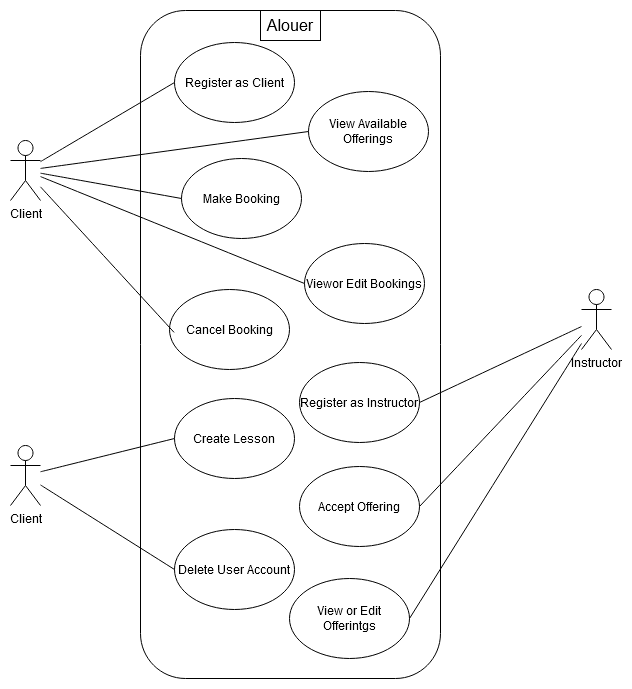
Niravanaa/Alouer-SOEN342 keeps this draw.io diagram as iterationDeliverables/iteration-1/Alouer-UseCaseSummary.png. Above is the earlier version. Source tidied: cells renumbered, new cells last; positions are measured from the earlier drawing's top-left corner, leaving out a move shared by most shapes.
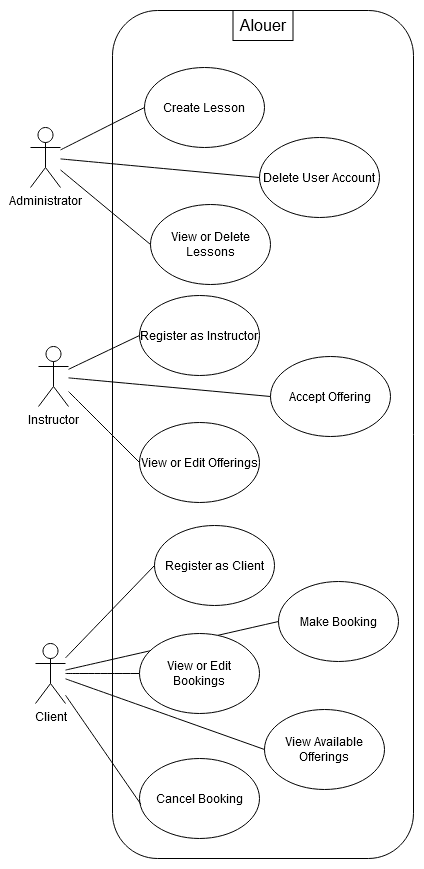
After the change.

What changed in the source:
```diff
@@ -2,80 +2,86 @@
   <root>
     <mxCell id="0" />
     <mxCell id="1" parent="0" />
-    <mxCell id="2" style="rounded=1;whiteSpace=wrap;html=1;" parent="1" vertex="1">
-      <mxGeometry x="130" width="300" height="668" as="geometry" />
-    </mxCell>
-    <mxCell id="3" value="Client" style="shape=umlActor;verticalLabelPosition=bottom;verticalAlign=top;html=1;outlineConnect=0;" parent="1" vertex="1">
-      <mxGeometry y="435" width="30" height="60" as="geometry" />
-    </mxCell>
+    <mxCell id="27" value="Administrator" style="shape=umlActor;verticalLabelPosition=bottom;verticalAlign=top;html=1;outlineConnect=0;" parent="1" vertex="1">
+      <mxGeometry x="-1477" y="-574" width="30" height="60" as="geometry" />
+    </mxCell>
+    <mxCell id="28" style="rounded=1;whiteSpace=wrap;html=1;" parent="1" vertex="1">
+      <mxGeometry x="-1395" y="-691" width="301" height="848" as="geometry" />
+    </mxCell>
+    <mxCell id="8" value="Alouer" style="text;html=1;align=center;verticalAlign=middle;whiteSpace=wrap;rounded=0;fontSize=16;strokeColor=default;" parent="1" vertex="1">
+      <mxGeometry x="-1274.5" y="-691" width="60" height="30" as="geometry" />
+    </mxCell>
     <mxCell id="4" value="Create Lesson" style="ellipse;whiteSpace=wrap;html=1;" parent="1" vertex="1">
-      <mxGeometry x="164" y="388" width="120" height="80" as="geometry" />
+      <mxGeometry x="-1363" y="-634" width="120" height="80" as="geometry" />
     </mxCell>
     <mxCell id="5" value="Delete User Account" style="ellipse;whiteSpace=wrap;html=1;" parent="1" vertex="1">
-      <mxGeometry x="164" y="519" width="120" height="80" as="geometry" />
+      <mxGeometry x="-1248" y="-564" width="120" height="80" as="geometry" />
     </mxCell>
-    <mxCell id="6" style="endArrow=none;html=1;rounded=0;fontSize=12;startSize=8;endSize=8;curved=1;entryX=0;entryY=0.5;entryDx=0;entryDy=0;" parent="1" edge="1" source="3" target="4">
-      <mxGeometry relative="1" as="geometry" />
-    </mxCell>
-    <mxCell id="7" style="endArrow=none;html=1;rounded=0;fontSize=12;startSize=8;endSize=8;curved=1;entryX=0;entryY=0.5;entryDx=0;entryDy=0;" parent="1" edge="1" source="3" target="5">
-      <mxGeometry relative="1" as="geometry" />
-    </mxCell>
-    <mxCell id="8" value="Alouer" style="text;html=1;align=center;verticalAlign=middle;whiteSpace=wrap;rounded=0;fontSize=16;fillColor=none;strokeColor=default;" parent="1" vertex="1">
-      <mxGeometry x="250" width="60" height="30" as="geometry" />
-    </mxCell>
-    <mxCell id="9" value="Client" style="shape=umlActor;verticalLabelPosition=bottom;verticalAlign=top;html=1;outlineConnect=0;" parent="1" vertex="1">
-      <mxGeometry y="130" width="30" height="60" as="geometry" />
-    </mxCell>
+    <mxCell id="29" value="View or Delete Lessons" style="ellipse;whiteSpace=wrap;html=1;" parent="1" vertex="1">
+      <mxGeometry x="-1357" y="-497" width="120" height="80" as="geometry" />
+    </mxCell>
+    <mxCell id="30" style="endArrow=none;html=1;rounded=0;fontSize=12;startSize=8;endSize=8;curved=1;entryX=0;entryY=0.5;entryDx=0;entryDy=0;" parent="1" edge="1" source="27" target="4">
+      <mxGeometry relative="1" as="geometry" />
+    </mxCell>
+    <mxCell id="31" style="endArrow=none;html=1;rounded=0;fontSize=12;startSize=8;endSize=8;curved=1;entryX=0;entryY=0.5;entryDx=0;entryDy=0;" parent="1" edge="1" source="27" target="5">
+      <mxGeometry relative="1" as="geometry" />
+    </mxCell>
+    <mxCell id="32" style="endArrow=none;html=1;rounded=0;fontSize=12;startSize=8;endSize=8;curved=1;entryX=0;entryY=0.5;entryDx=0;entryDy=0;" parent="1" edge="1" source="27" target="29">
+      <mxGeometry relative="1" as="geometry" />
+    </mxCell>
+    <mxCell id="33" value="Client" style="shape=umlActor;verticalLabelPosition=bottom;verticalAlign=top;html=1;outlineConnect=0;" parent="1" vertex="1">
+      <mxGeometry x="-1472" y="-58" width="30" height="60" as="geometry" />
+    </mxCell>
+    <mxCell id="20" value="Instructor" style="shape=umlActor;verticalLabelPosition=bottom;verticalAlign=top;html=1;outlineConnect=0;" parent="1" vertex="1">
+      <mxGeometry x="-1469" y="-355" width="30" height="60" as="geometry" />
+    </mxCell>
+    <mxCell id="21" value="Register as Instructor" style="ellipse;whiteSpace=wrap;html=1;" parent="1" vertex="1">
+      <mxGeometry x="-1368" y="-406" width="120" height="80" as="geometry" />
+    </mxCell>
+    <mxCell id="34" value="View or Edit Offerings" style="ellipse;whiteSpace=wrap;html=1;" parent="1" vertex="1">
+      <mxGeometry x="-1368" y="-279" width="120" height="80" as="geometry" />
+    </mxCell>
+    <mxCell id="22" value="Accept Offering" style="ellipse;whiteSpace=wrap;html=1;" parent="1" vertex="1">
+      <mxGeometry x="-1237" y="-345" width="120" height="80" as="geometry" />
+    </mxCell>
+    <mxCell id="11" value="View Available Offerings" style="ellipse;whiteSpace=wrap;html=1;" parent="1" vertex="1">
+      <mxGeometry x="-1243" y="8" width="120" height="80" as="geometry" />
+    </mxCell>
     <mxCell id="10" value="Register as Client" style="ellipse;whiteSpace=wrap;html=1;" parent="1" vertex="1">
-      <mxGeometry x="164" y="32" width="120" height="80" as="geometry" />
+      <mxGeometry x="-1353" y="-176" width="120" height="80" as="geometry" />
     </mxCell>
-    <mxCell id="11" value="View Available Offerings" style="ellipse;whiteSpace=wrap;html=1;" parent="1" vertex="1">
-      <mxGeometry x="298" y="81" width="120" height="80" as="geometry" />
-    </mxCell>
-    <mxCell id="12" style="endArrow=none;html=1;rounded=0;fontSize=12;startSize=8;endSize=8;curved=1;entryX=0;entryY=0.5;entryDx=0;entryDy=0;" parent="1" edge="1" source="9" target="10">
-      <mxGeometry relative="1" as="geometry" />
-    </mxCell>
-    <mxCell id="13" style="endArrow=none;html=1;rounded=0;fontSize=12;startSize=8;endSize=8;curved=1;entryX=0;entryY=0.5;entryDx=0;entryDy=0;" parent="1" edge="1" source="9" target="11">
-      <mxGeometry relative="1" as="geometry" />
-    </mxCell>
     <mxCell id="14" value="Make Booking" style="ellipse;whiteSpace=wrap;html=1;" parent="1" vertex="1">
-      <mxGeometry x="171" y="148" width="120" height="80" as="geometry" />
+      <mxGeometry x="-1229" y="-120" width="120" height="80" as="geometry" />
     </mxCell>
     <mxCell id="15" value="Cancel Booking" style="ellipse;whiteSpace=wrap;html=1;" parent="1" vertex="1">
-      <mxGeometry x="159" y="279" width="120" height="80" as="geometry" />
+      <mxGeometry x="-1368" y="57" width="120" height="80" as="geometry" />
     </mxCell>
-    <mxCell id="16" value="Viewor Edit Bookings" style="ellipse;whiteSpace=wrap;html=1;" parent="1" vertex="1">
-      <mxGeometry x="294" y="233" width="120" height="80" as="geometry" />
-    </mxCell>
-    <mxCell id="17" style="endArrow=none;html=1;rounded=0;fontSize=12;startSize=8;endSize=8;curved=1;entryX=0;entryY=0.5;entryDx=0;entryDy=0;" parent="1" edge="1" source="9" target="14">
-      <mxGeometry relative="1" as="geometry" />
-    </mxCell>
-    <mxCell id="18" style="endArrow=none;html=1;rounded=0;fontSize=12;startSize=8;endSize=8;curved=1;entryX=0;entryY=0.5;entryDx=0;entryDy=0;" parent="1" edge="1" source="9" target="16">
-      <mxGeometry relative="1" as="geometry" />
-    </mxCell>
-    <mxCell id="19" style="endArrow=none;html=1;rounded=0;fontSize=12;startSize=8;endSize=8;curved=1;entryX=0.038;entryY=0.536;entryDx=0;entryDy=0;entryPerimeter=0;" parent="1" edge="1" source="9" target="15">
-      <mxGeometry relative="1" as="geometry" />
-    </mxCell>
-    <mxCell id="20" value="Instructor" style="shape=umlActor;verticalLabelPosition=bottom;verticalAlign=top;html=1;outlineConnect=0;" parent="1" vertex="1">
-      <mxGeometry x="571" y="279" width="30" height="60" as="geometry" />
-    </mxCell>
-    <mxCell id="21" value="Register as Instructor" style="ellipse;whiteSpace=wrap;html=1;" parent="1" vertex="1">
-      <mxGeometry x="289" y="352" width="120" height="80" as="geometry" />
-    </mxCell>
-    <mxCell id="22" value="Accept Offering" style="ellipse;whiteSpace=wrap;html=1;" parent="1" vertex="1">
-      <mxGeometry x="289" y="456" width="120" height="80" as="geometry" />
-    </mxCell>
+    <mxCell id="35" style="endArrow=none;html=1;rounded=0;fontSize=12;startSize=8;endSize=8;curved=1;entryX=0;entryY=0.5;entryDx=0;entryDy=0;" parent="1" edge="1" source="33" target="11">
+      <mxGeometry relative="1" as="geometry" />
+    </mxCell>
+    <mxCell id="36" style="endArrow=none;html=1;rounded=0;fontSize=12;startSize=8;endSize=8;curved=1;entryX=0;entryY=0.5;entryDx=0;entryDy=0;" parent="1" edge="1" source="33" target="10">
+      <mxGeometry relative="1" as="geometry" />
+    </mxCell>
+    <mxCell id="37" style="endArrow=none;html=1;rounded=0;fontSize=12;startSize=8;endSize=8;curved=1;entryX=0.011;entryY=0.571;entryDx=0;entryDy=0;entryPerimeter=0;" parent="1" edge="1" source="33" target="15">
+      <mxGeometry relative="1" as="geometry" />
+    </mxCell>
+    <mxCell id="38" style="endArrow=none;html=1;rounded=0;fontSize=12;startSize=8;endSize=8;curved=1;entryX=0;entryY=0.5;entryDx=0;entryDy=0;" parent="1" edge="1" source="33" target="41">
+      <mxGeometry relative="1" as="geometry" />
+    </mxCell>
+    <mxCell id="39" style="endArrow=none;html=1;rounded=0;fontSize=12;startSize=8;endSize=8;curved=1;entryX=0;entryY=0.5;entryDx=0;entryDy=0;" parent="1" edge="1" source="20" target="34">
+      <mxGeometry relative="1" as="geometry" />
+    </mxCell>
+    <mxCell id="40" style="endArrow=none;html=1;rounded=0;fontSize=12;startSize=8;endSize=8;curved=1;entryX=0;entryY=0.5;entryDx=0;entryDy=0;" parent="1" edge="1" source="33" target="14">
+      <mxGeometry relative="1" as="geometry" />
+    </mxCell>
+    <mxCell id="24" style="endArrow=none;html=1;rounded=0;fontSize=12;startSize=8;endSize=8;curved=1;entryX=0;entryY=0.5;entryDx=0;entryDy=0;" parent="1" edge="1" source="20" target="22">
+      <mxGeometry relative="1" as="geometry" />
+    </mxCell>
-    <mxCell id="23" style="endArrow=none;html=1;rounded=0;fontSize=12;startSize=8;endSize=8;curved=1;entryX=1;entryY=0.5;entryDx=0;entryDy=0;" parent="1" edge="1" source="20" target="21">
+    <mxCell id="23" style="endArrow=none;html=1;rounded=0;fontSize=12;startSize=8;endSize=8;curved=1;entryX=0;entryY=0.5;entryDx=0;entryDy=0;" parent="1" edge="1" source="20" target="21">
       <mxGeometry relative="1" as="geometry" />
     </mxCell>
-    <mxCell id="24" style="endArrow=none;html=1;rounded=0;fontSize=12;startSize=8;endSize=8;curved=1;entryX=1;entryY=0.5;entryDx=0;entryDy=0;" parent="1" edge="1" source="20" target="22">
-      <mxGeometry relative="1" as="geometry" />
-    </mxCell>
-    <mxCell id="25" value="View or Edit Offerintgs" style="ellipse;whiteSpace=wrap;html=1;" parent="1" vertex="1">
-      <mxGeometry x="279" y="568" width="120" height="80" as="geometry" />
-    </mxCell>
-    <mxCell id="26" style="endArrow=none;html=1;rounded=0;fontSize=12;startSize=8;endSize=8;curved=1;entryX=1;entryY=0.5;entryDx=0;entryDy=0;" parent="1" edge="1" source="20" target="25">
-      <mxGeometry relative="1" as="geometry" />
-    </mxCell>
+    <mxCell id="41" value="View or Edit Bookings" style="ellipse;whiteSpace=wrap;html=1;" parent="1" vertex="1">
+      <mxGeometry x="-1368" y="-68" width="120" height="80" as="geometry" />
+    </mxCell>
   </root>
 </mxGraphModel>
```
